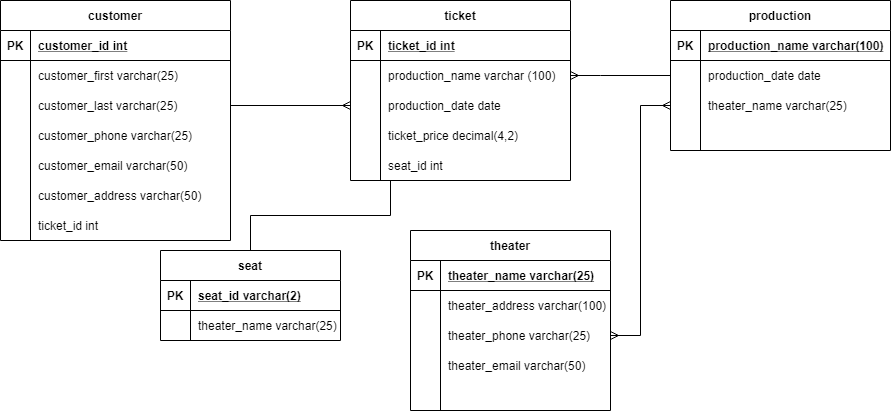
The draw.io diagram tinytheatersdiagram.png in cdoty7/tiny-theaters, before a commit. Source tidied: cells renumbered, new cells last; positions are measured from the earlier drawing's top-left corner, leaving out a move shared by most shapes.
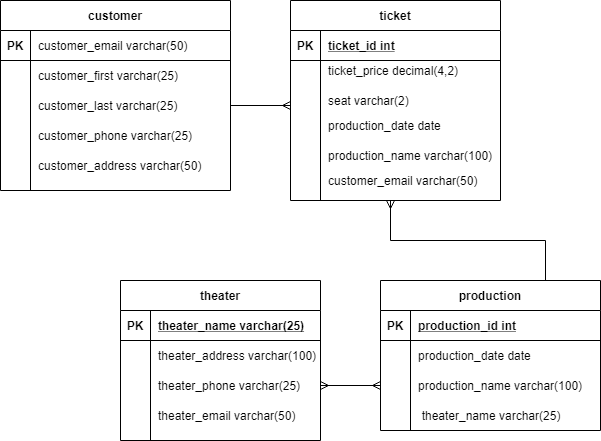
Above is the later version.

Commit message:
diagram updated and queries added

Change to the diagram source:
```diff
@@ -3,7 +3,7 @@
     <mxCell id="0" />
     <mxCell id="1" parent="0" />
     <mxCell id="2" value="customer" style="shape=table;startSize=30;rowLines=0;fontStyle=1;align=center;" parent="1" vertex="1">
-      <mxGeometry width="230" height="240" as="geometry" />
+      <mxGeometry x="60" width="230" height="190" as="geometry" />
     </mxCell>
     <mxCell id="3" style="shape=partialRectangle;fillColor=none;top=0;left=0;bottom=1;right=0;" parent="2" vertex="1">
       <mxGeometry y="30" width="230" height="30" as="geometry" />
@@ -11,7 +11,7 @@
     <mxCell id="4" value="PK" style="shape=partialRectangle;fillColor=none;top=0;left=0;bottom=0;right=0;fontStyle=1;overflow=hidden;" parent="3" vertex="1">
       <mxGeometry width="30" height="30" as="geometry" />
     </mxCell>
-    <mxCell id="5" value="customer_id int" style="shape=partialRectangle;fillColor=none;top=0;left=0;bottom=0;right=0;align=left;spacingLeft=6;fontStyle=5;overflow=hidden;" parent="3" vertex="1">
+    <mxCell id="5" style="shape=partialRectangle;fillColor=none;top=0;left=0;bottom=0;right=0;align=left;spacingLeft=6;fontStyle=5;overflow=hidden;" parent="3" vertex="1">
       <mxGeometry x="30" width="200" height="30" as="geometry" />
     </mxCell>
     <mxCell id="6" style="shape=partialRectangle;fillColor=none;top=0;left=0;bottom=0;right=0;" parent="2" vertex="1">
@@ -42,13 +42,10 @@
       <mxGeometry x="30" width="200" height="30" as="geometry" />
     </mxCell>
     <mxCell id="15" value="customer_address varchar(50)" style="shape=partialRectangle;fillColor=none;top=0;left=0;bottom=0;right=0;align=left;spacingLeft=6;overflow=hidden;" parent="1" vertex="1">
-      <mxGeometry x="30" y="180" width="200" height="30" as="geometry" />
+      <mxGeometry x="90" y="150" width="200" height="30" as="geometry" />
     </mxCell>
-    <mxCell id="16" value="ticket_id int" style="shape=partialRectangle;fillColor=none;top=0;left=0;bottom=0;right=0;align=left;spacingLeft=6;overflow=hidden;" parent="1" vertex="1">
-      <mxGeometry x="30" y="210" width="150" height="30" as="geometry" />
-    </mxCell>
     <mxCell id="17" value="theater" style="shape=table;startSize=30;rowLines=0;fontStyle=1;align=center;" parent="1" vertex="1">
-      <mxGeometry x="410" y="230" width="200" height="180" as="geometry" />
+      <mxGeometry x="180" y="280" width="200" height="160" as="geometry" />
     </mxCell>
     <mxCell id="18" style="shape=partialRectangle;fillColor=none;top=0;left=0;bottom=1;right=0;" parent="17" vertex="1">
       <mxGeometry y="30" width="200" height="30" as="geometry" />
@@ -86,14 +83,14 @@
     <mxCell id="29" value="theater_email varchar(50)" style="shape=partialRectangle;fillColor=none;top=0;left=0;bottom=0;right=0;align=left;spacingLeft=6;overflow=hidden;" parent="27" vertex="1">
       <mxGeometry x="30" width="170" height="30" as="geometry" />
     </mxCell>
-    <mxCell id="30" value="seat_id int" style="shape=partialRectangle;fillColor=none;top=0;left=0;bottom=0;right=0;align=left;spacingLeft=6;overflow=hidden;" parent="1" vertex="1">
-      <mxGeometry x="380" y="150" width="150" height="30" as="geometry" />
+    <mxCell id="30" value="seat varchar(2)" style="shape=partialRectangle;fillColor=none;top=0;left=0;bottom=0;right=0;align=left;spacingLeft=6;overflow=hidden;" parent="1" vertex="1">
+      <mxGeometry x="380" y="85" width="150" height="30" as="geometry" />
     </mxCell>
     <mxCell id="31" value="customer_email varchar(50)" style="shape=partialRectangle;fillColor=none;top=0;left=0;bottom=0;right=0;align=left;spacingLeft=6;overflow=hidden;" parent="1" vertex="1">
-      <mxGeometry x="30" y="150" width="200" height="30" as="geometry" />
+      <mxGeometry x="90" y="30" width="200" height="30" as="geometry" />
     </mxCell>
     <mxCell id="32" value="production" style="shape=table;startSize=30;rowLines=0;fontStyle=1;align=center;" parent="1" vertex="1">
-      <mxGeometry x="670" width="220" height="150" as="geometry" />
+      <mxGeometry x="440" y="280" width="220" height="150" as="geometry" />
     </mxCell>
     <mxCell id="33" style="shape=partialRectangle;fillColor=none;top=0;left=0;bottom=1;right=0;" parent="32" vertex="1">
       <mxGeometry y="30" width="220" height="30" as="geometry" />
@@ -101,7 +98,7 @@
     <mxCell id="34" value="PK" style="shape=partialRectangle;fillColor=none;top=0;left=0;bottom=0;right=0;fontStyle=1;overflow=hidden;" parent="33" vertex="1">
       <mxGeometry width="30" height="30" as="geometry" />
     </mxCell>
-    <mxCell id="35" value="production_name varchar(100)" style="shape=partialRectangle;fillColor=none;top=0;left=0;bottom=0;right=0;align=left;spacingLeft=6;fontStyle=5;overflow=hidden;" parent="33" vertex="1">
+    <mxCell id="35" value="production_id int" style="shape=partialRectangle;fillColor=none;top=0;left=0;bottom=0;right=0;align=left;spacingLeft=6;fontStyle=5;overflow=hidden;" parent="33" vertex="1">
       <mxGeometry x="30" width="190" height="30" as="geometry" />
     </mxCell>
     <mxCell id="36" style="shape=partialRectangle;fillColor=none;top=0;left=0;bottom=0;right=0;points=[[0,0.5],[1,0.5]];portConstraint=eastwest;" parent="32" vertex="1">
@@ -119,7 +116,7 @@
     <mxCell id="40" style="shape=partialRectangle;fillColor=none;top=0;left=0;bottom=0;right=0;overflow=hidden;" parent="39" vertex="1">
       <mxGeometry width="30" height="30" as="geometry" />
     </mxCell>
-    <mxCell id="41" value="theater_name varchar(25)" style="shape=partialRectangle;fillColor=none;top=0;left=0;bottom=0;right=0;align=left;spacingLeft=6;overflow=hidden;" parent="39" vertex="1">
+    <mxCell id="41" value="production_name varchar(100)" style="shape=partialRectangle;fillColor=none;top=0;left=0;bottom=0;right=0;align=left;spacingLeft=6;overflow=hidden;" parent="39" vertex="1">
       <mxGeometry x="30" width="190" height="30" as="geometry" />
     </mxCell>
     <mxCell id="42" style="shape=partialRectangle;fillColor=none;top=0;left=0;bottom=0;right=0;" parent="32" vertex="1">
@@ -135,89 +132,68 @@
       <mxGeometry relative="1" as="geometry" />
     </mxCell>
     <mxCell id="46" value="ticket" style="shape=table;startSize=30;rowLines=0;fontStyle=1;align=center;" parent="1" vertex="1">
-      <mxGeometry x="350" width="220" height="180" as="geometry" />
+      <mxGeometry x="350" width="210" height="200" as="geometry" />
     </mxCell>
     <mxCell id="47" style="shape=partialRectangle;fillColor=none;top=0;left=0;bottom=1;right=0;" parent="46" vertex="1">
-      <mxGeometry y="30" width="220" height="30" as="geometry" />
+      <mxGeometry y="30" width="210" height="30" as="geometry" />
     </mxCell>
     <mxCell id="48" value="PK" style="shape=partialRectangle;fillColor=none;top=0;left=0;bottom=0;right=0;fontStyle=1;overflow=hidden;" parent="47" vertex="1">
       <mxGeometry width="30" height="30" as="geometry" />
     </mxCell>
     <mxCell id="49" value="ticket_id int" style="shape=partialRectangle;fillColor=none;top=0;left=0;bottom=0;right=0;align=left;spacingLeft=6;fontStyle=5;overflow=hidden;" parent="47" vertex="1">
-      <mxGeometry x="30" width="190" height="30" as="geometry" />
+      <mxGeometry x="30" width="180" height="30" as="geometry" />
     </mxCell>
-    <mxCell id="50" style="shape=partialRectangle;fillColor=none;top=0;left=0;bottom=0;right=0;points=[[0,0.5],[1,0.5]];portConstraint=eastwest;" parent="46" vertex="1">
-      <mxGeometry y="60" width="220" height="30" as="geometry" />
-    </mxCell>
-    <mxCell id="51" style="shape=partialRectangle;fillColor=none;top=0;left=0;bottom=0;right=0;overflow=hidden;" parent="50" vertex="1">
-      <mxGeometry width="30" height="30" as="geometry" />
-    </mxCell>
-    <mxCell id="52" value="production_name varchar (100)" style="shape=partialRectangle;fillColor=none;top=0;left=0;bottom=0;right=0;align=left;spacingLeft=6;overflow=hidden;" parent="50" vertex="1">
-      <mxGeometry x="30" width="190" height="30" as="geometry" />
-    </mxCell>
     <mxCell id="53" style="shape=partialRectangle;fillColor=none;top=0;left=0;bottom=0;right=0;" parent="46" vertex="1">
-      <mxGeometry y="90" width="220" height="30" as="geometry" />
+      <mxGeometry y="60" width="210" height="30" as="geometry" />
     </mxCell>
     <mxCell id="54" style="shape=partialRectangle;fillColor=none;top=0;left=0;bottom=0;right=0;overflow=hidden;" parent="53" vertex="1">
       <mxGeometry width="30" height="30" as="geometry" />
     </mxCell>
-    <mxCell id="55" value="production_date date" style="shape=partialRectangle;fillColor=none;top=0;left=0;bottom=0;right=0;align=left;spacingLeft=6;overflow=hidden;" parent="53" vertex="1">
-      <mxGeometry x="30" width="190" height="30" as="geometry" />
+    <mxCell id="55" style="shape=partialRectangle;fillColor=none;top=0;left=0;bottom=0;right=0;align=left;spacingLeft=6;overflow=hidden;" parent="53" vertex="1">
+      <mxGeometry x="30" width="180" height="30" as="geometry" />
     </mxCell>
-    <mxCell id="56" style="shape=partialRectangle;fillColor=none;top=0;left=0;bottom=0;right=0;" parent="46" vertex="1">
-      <mxGeometry y="120" width="220" height="30" as="geometry" />
-    </mxCell>
-    <mxCell id="57" style="shape=partialRectangle;fillColor=none;top=0;left=0;bottom=0;right=0;overflow=hidden;" parent="56" vertex="1">
-      <mxGeometry width="30" height="30" as="geometry" />
-    </mxCell>
-    <mxCell id="58" style="shape=partialRectangle;fillColor=none;top=0;left=0;bottom=0;right=0;align=left;spacingLeft=6;overflow=hidden;" parent="56" vertex="1">
-      <mxGeometry x="30" width="190" height="30" as="geometry" />
-    </mxCell>
     <mxCell id="59" value="ticket_price decimal(4,2)" style="shape=partialRectangle;fillColor=none;top=0;left=0;bottom=0;right=0;align=left;spacingLeft=6;overflow=hidden;" parent="1" vertex="1">
-      <mxGeometry x="380" y="120" width="150" height="30" as="geometry" />
+      <mxGeometry x="380" y="55" width="150" height="30" as="geometry" />
     </mxCell>
-    <mxCell id="60" style="edgeStyle=orthogonalEdgeStyle;rounded=0;jettySize=auto;html=1;startArrow=ERmany;startFill=0;endArrow=none;endFill=0;" parent="1" edge="1" source="50" target="36">
-      <mxGeometry relative="1" as="geometry">
-        <Array as="points">
-          <mxPoint x="600" y="75" />
-          <mxPoint x="600" y="75" />
-        </Array>
-      </mxGeometry>
-    </mxCell>
-    <mxCell id="61" style="edgeStyle=orthogonalEdgeStyle;rounded=0;jettySize=auto;html=1;startArrow=none;startFill=0;endArrow=none;endFill=0;" parent="1" edge="1" source="62">
-      <mxGeometry relative="1" as="geometry">
-        <mxPoint x="390" y="180" as="targetPoint" />
-        <Array as="points">
-          <mxPoint x="250" y="215" />
-          <mxPoint x="390" y="215" />
-        </Array>
-      </mxGeometry>
-    </mxCell>
-    <mxCell id="62" value="seat" style="shape=table;startSize=30;rowLines=0;fontStyle=1;align=center;" parent="1" vertex="1">
-      <mxGeometry x="160" y="250" width="180" height="90" as="geometry" />
-    </mxCell>
-    <mxCell id="63" style="shape=partialRectangle;fillColor=none;top=0;left=0;bottom=1;right=0;" parent="62" vertex="1">
-      <mxGeometry y="30" width="180" height="30" as="geometry" />
-    </mxCell>
-    <mxCell id="64" value="PK" style="shape=partialRectangle;fillColor=none;top=0;left=0;bottom=0;right=0;fontStyle=1;overflow=hidden;" parent="63" vertex="1">
-      <mxGeometry width="30" height="30" as="geometry" />
-    </mxCell>
-    <mxCell id="65" value="seat_id varchar(2)" style="shape=partialRectangle;fillColor=none;top=0;left=0;bottom=0;right=0;align=left;spacingLeft=6;fontStyle=5;overflow=hidden;" parent="63" vertex="1">
-      <mxGeometry x="30" width="150" height="30" as="geometry" />
-    </mxCell>
-    <mxCell id="66" style="shape=partialRectangle;fillColor=none;top=0;left=0;bottom=0;right=0;" parent="62" vertex="1">
-      <mxGeometry y="60" width="180" height="30" as="geometry" />
-    </mxCell>
-    <mxCell id="67" style="shape=partialRectangle;fillColor=none;top=0;left=0;bottom=0;right=0;overflow=hidden;" parent="66" vertex="1">
-      <mxGeometry width="30" height="30" as="geometry" />
-    </mxCell>
+    <mxCell id="70" style="edgeStyle=orthogonalEdgeStyle;rounded=0;jettySize=auto;html=1;entryX=0.75;entryY=0;entryDx=0;entryDy=0;startArrow=ERmany;startFill=0;endArrow=none;endFill=0;" parent="1" edge="1" target="32">
+      <mxGeometry relative="1" as="geometry">
+        <mxPoint x="450" y="200" as="sourcePoint" />
+      </mxGeometry>
+    </mxCell>
+    <mxCell id="69" style="edgeStyle=orthogonalEdgeStyle;rounded=0;jettySize=auto;html=1;startArrow=none;startFill=0;endArrow=ERmany;endFill=0;" parent="1" edge="1" source="9">
+      <mxGeometry relative="1" as="geometry">
+        <mxPoint x="350" y="105" as="targetPoint" />
+      </mxGeometry>
+    </mxCell>
+    <mxCell id="71" style="shape=partialRectangle;fillColor=none;top=0;left=0;bottom=0;right=0;" parent="1" vertex="1">
+      <mxGeometry x="445" y="400" width="210" height="30" as="geometry" />
+    </mxCell>
+    <mxCell id="72" style="shape=partialRectangle;fillColor=none;top=0;left=0;bottom=0;right=0;overflow=hidden;" parent="71" vertex="1">
+      <mxGeometry width="28.6" height="30" as="geometry" />
+    </mxCell>
-    <mxCell id="68" value="theater_name varchar(25)" style="shape=partialRectangle;fillColor=none;top=0;left=0;bottom=0;right=0;align=left;spacingLeft=6;overflow=hidden;" parent="66" vertex="1">
-      <mxGeometry x="30" width="150" height="30" as="geometry" />
+    <mxCell id="68" value="theater_name varchar(25)" style="shape=partialRectangle;fillColor=none;top=0;left=0;bottom=0;right=0;align=left;spacingLeft=6;overflow=hidden;" parent="71" vertex="1">
+      <mxGeometry x="28.6" width="181.4" height="30" as="geometry" />
     </mxCell>
-    <mxCell id="69" style="edgeStyle=orthogonalEdgeStyle;rounded=0;jettySize=auto;html=1;startArrow=none;startFill=0;endArrow=ERmany;endFill=0;" parent="1" edge="1" source="9">
-      <mxGeometry relative="1" as="geometry">
-        <mxPoint x="350" y="105" as="targetPoint" />
-      </mxGeometry>
-    </mxCell>
+    <mxCell id="73" style="shape=partialRectangle;fillColor=none;top=0;left=0;bottom=0;right=0;" parent="1" vertex="1">
+      <mxGeometry x="350" y="170" width="200" height="20" as="geometry" />
+    </mxCell>
+    <mxCell id="74" style="shape=partialRectangle;fillColor=none;top=0;left=0;bottom=0;right=0;overflow=hidden;" parent="73" vertex="1">
+      <mxGeometry width="23.2" height="20" as="geometry" />
+    </mxCell>
+    <mxCell id="75" value="customer_email varchar(50)" style="shape=partialRectangle;fillColor=none;top=0;left=0;bottom=0;right=0;align=left;spacingLeft=6;overflow=hidden;" parent="73" vertex="1">
+      <mxGeometry x="30" width="170" height="20" as="geometry" />
+    </mxCell>
+    <mxCell id="76" style="shape=partialRectangle;fillColor=none;top=0;left=0;bottom=0;right=0;" parent="1" vertex="1">
+      <mxGeometry x="350" y="110" width="170" height="30" as="geometry" />
+    </mxCell>
+    <mxCell id="77" style="shape=partialRectangle;fillColor=none;top=0;left=0;bottom=0;right=0;overflow=hidden;" parent="76" vertex="1">
+      <mxGeometry width="23.2" height="30" as="geometry" />
+    </mxCell>
+    <mxCell id="78" value="production_date date" style="shape=partialRectangle;fillColor=none;top=0;left=0;bottom=0;right=0;align=left;spacingLeft=6;overflow=hidden;" parent="76" vertex="1">
+      <mxGeometry x="30" width="140" height="30" as="geometry" />
+    </mxCell>
+    <mxCell id="79" value="production_name varchar(100)" style="shape=partialRectangle;fillColor=none;top=0;left=0;bottom=0;right=0;align=left;spacingLeft=6;overflow=hidden;" parent="1" vertex="1">
+      <mxGeometry x="380" y="140" width="190" height="30" as="geometry" />
+    </mxCell>
   </root>
 </mxGraphModel>
```
